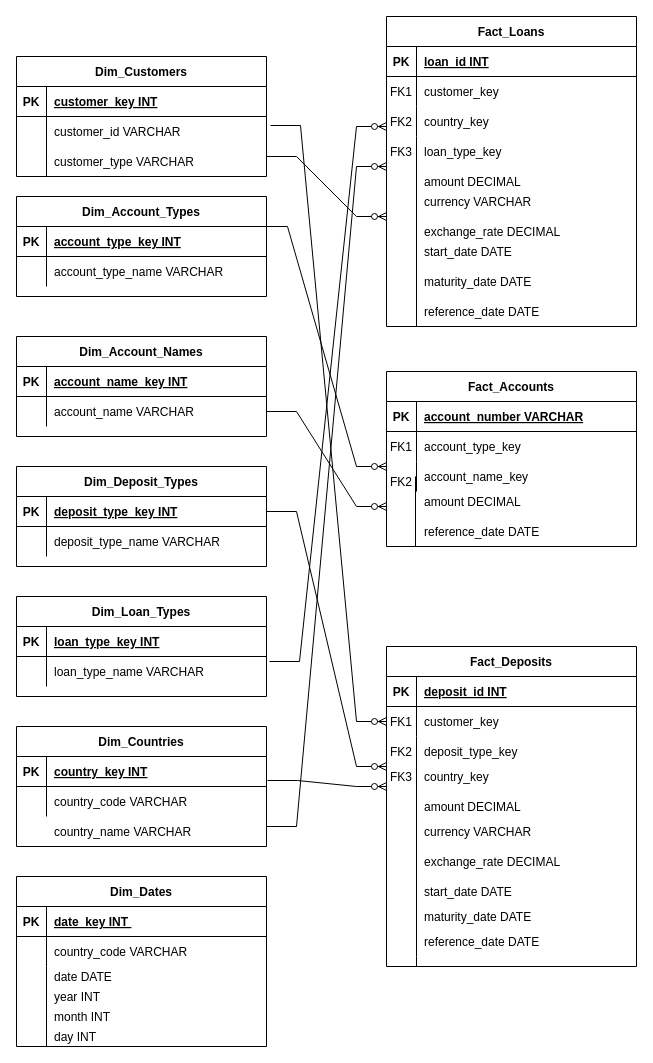
rameez1822534/advi-case keeps this draw.io diagram as caseERD.drawio. Above is the earlier version. Source tidied: cells renumbered, new cells numbered last; positions are measured from the earlier drawing's top-left corner, leaving out a move shared by most shapes. Both pictures are drawn from the tidied source at 100%, with x=0, y=0 at pixel (16, 16).
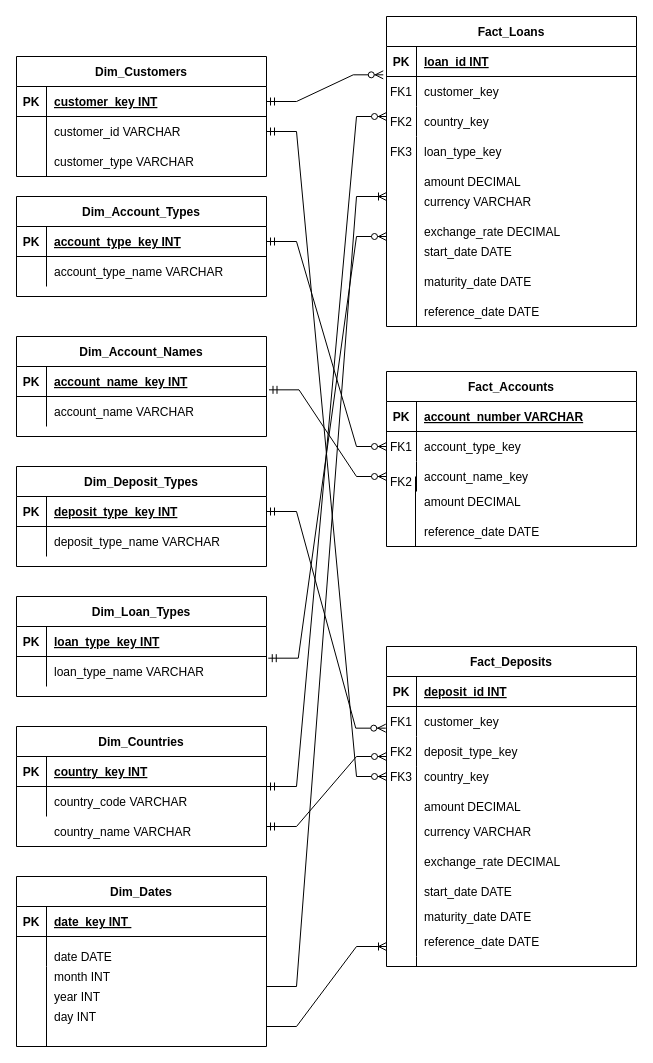
The same diagram, later.

Unchanged cells that the change refers to:
```xml
<mxCell id="6" style="shape=partialRectangle;fillColor=none;points=[[0,0.5],[1,0.5]];portConstraint=eastwest;top=0;left=0;right=0;bottom=0;" parent="2" vertex="1">
  <mxGeometry y="60" width="250" height="30" as="geometry" />
</mxCell>
<mxCell id="16" style="shape=partialRectangle;fillColor=none;points=[[0,0.5],[1,0.5]];portConstraint=eastwest;top=0;left=0;right=0;bottom=0;" parent="12" vertex="1">
  <mxGeometry y="60" width="250" height="30" as="geometry" />
</mxCell>
<mxCell id="20" style="shape=partialRectangle;fillColor=none;points=[[0,0.5],[1,0.5]];portConstraint=eastwest;top=0;left=0;right=0;bottom=1;" parent="19" vertex="1">
  <mxGeometry y="30" width="250" height="30" as="geometry" />
</mxCell>
<mxCell id="27" style="shape=partialRectangle;fillColor=none;points=[[0,0.5],[1,0.5]];portConstraint=eastwest;top=0;left=0;right=0;bottom=1;" parent="26" vertex="1">
  <mxGeometry y="30" width="250" height="30" as="geometry" />
</mxCell>
<mxCell id="30" style="shape=partialRectangle;fillColor=none;points=[[0,0.5],[1,0.5]];portConstraint=eastwest;top=0;left=0;right=0;bottom=0;" parent="26" vertex="1">
  <mxGeometry y="60" width="250" height="30" as="geometry" />
</mxCell>
<mxCell id="35" style="shape=partialRectangle;fillColor=none;points=[[0,0.5],[1,0.5]];portConstraint=eastwest;top=0;left=0;right=0;bottom=1;" parent="34" vertex="1">
  <mxGeometry y="30" width="250" height="30" as="geometry" />
</mxCell>
<mxCell id="42" style="shape=partialRectangle;fillColor=none;points=[[0,0.5],[1,0.5]];portConstraint=eastwest;top=0;left=0;right=0;bottom=1;" parent="41" vertex="1">
  <mxGeometry y="30" width="250" height="30" as="geometry" />
</mxCell>
<mxCell id="45" style="shape=partialRectangle;fillColor=none;points=[[0,0.5],[1,0.5]];portConstraint=eastwest;top=0;left=0;right=0;bottom=0;" parent="41" vertex="1">
  <mxGeometry y="60" width="250" height="30" as="geometry" />
</mxCell>
<mxCell id="49" style="shape=partialRectangle;fillColor=none;points=[[0,0.5],[1,0.5]];portConstraint=eastwest;top=0;left=0;right=0;bottom=1;" parent="48" vertex="1">
  <mxGeometry y="30" width="250" height="30" as="geometry" />
</mxCell>
<mxCell id="52" style="shape=partialRectangle;fillColor=none;points=[[0,0.5],[1,0.5]];portConstraint=eastwest;top=0;left=0;right=0;bottom=0;" parent="48" vertex="1">
  <mxGeometry y="60" width="250" height="30" as="geometry" />
</mxCell>
<mxCell id="65" style="shape=partialRectangle;fillColor=none;points=[[0,0.5],[1,0.5]];portConstraint=eastwest;top=0;left=0;right=0;bottom=0;" parent="61" vertex="1">
  <mxGeometry y="60" width="250" height="30" as="geometry" />
</mxCell>
<mxCell id="85" style="shape=partialRectangle;fillColor=none;points=[[0,0.5],[1,0.5]];portConstraint=eastwest;top=0;left=0;right=0;bottom=0;" parent="81" vertex="1">
  <mxGeometry y="60" width="250" height="30" as="geometry" />
</mxCell>
<mxCell id="113" style="shape=partialRectangle;fillColor=none;top=0;left=0;right=0;bottom=0;" parent="109" vertex="1">
  <mxGeometry y="60" width="250" height="30" as="geometry" />
</mxCell>
```

What changed in the source:
```diff
@@
-    <mxCell id="101" style="edgeStyle=entityRelationEdgeStyle;fontSize=12;html=1;endArrow=ERzeroToMany;endFill=1;rounded=0;exitX=0.964;exitY=0;exitDx=0;exitDy=0;exitPerimeter=0;" parent="1" edge="1" source="20">
-      <mxGeometry relative="1" as="geometry">
-        <mxPoint x="370" y="450" as="targetPoint" />
-      </mxGeometry>
-    </mxCell>
-    <mxCell id="102" style="edgeStyle=entityRelationEdgeStyle;fontSize=12;html=1;endArrow=ERzeroToMany;endFill=1;rounded=0;" parent="1" edge="1">
-      <mxGeometry relative="1" as="geometry">
-        <mxPoint x="250" y="140" as="sourcePoint" />
-        <mxPoint x="370" y="200" as="targetPoint" />
-        <Array as="points">
-          <mxPoint x="310" y="190" />
-        </Array>
-      </mxGeometry>
-    </mxCell>
-    <mxCell id="103" style="edgeStyle=entityRelationEdgeStyle;fontSize=12;html=1;endArrow=ERzeroToMany;endFill=1;rounded=0;" parent="1" edge="1" source="30">
-      <mxGeometry relative="1" as="geometry">
-        <mxPoint x="370" y="490" as="targetPoint" />
-      </mxGeometry>
-    </mxCell>
-    <mxCell id="104" style="edgeStyle=entityRelationEdgeStyle;fontSize=12;html=1;endArrow=ERzeroToMany;endFill=1;rounded=0;exitX=1;exitY=0.5;exitDx=0;exitDy=0;" parent="1" edge="1" source="35">
-      <mxGeometry relative="1" as="geometry">
-        <mxPoint x="370" y="750" as="targetPoint" />
-      </mxGeometry>
-    </mxCell>
-    <mxCell id="105" style="edgeStyle=entityRelationEdgeStyle;fontSize=12;html=1;endArrow=ERzeroToMany;endFill=1;rounded=0;exitX=1.012;exitY=0.167;exitDx=0;exitDy=0;exitPerimeter=0;" parent="1" edge="1" source="16">
-      <mxGeometry relative="1" as="geometry">
-        <mxPoint x="370" y="110" as="targetPoint" />
-      </mxGeometry>
-    </mxCell>
-    <mxCell id="106" style="edgeStyle=entityRelationEdgeStyle;fontSize=12;html=1;endArrow=ERzeroToMany;endFill=1;rounded=0;exitX=1.004;exitY=0.8;exitDx=0;exitDy=0;exitPerimeter=0;" parent="1" edge="1" source="49">
-      <mxGeometry relative="1" as="geometry">
-        <mxPoint x="370" y="770" as="targetPoint" />
-      </mxGeometry>
-    </mxCell>
-    <mxCell id="107" style="edgeStyle=entityRelationEdgeStyle;fontSize=12;html=1;endArrow=ERzeroToMany;endFill=1;rounded=0;entryX=0;entryY=0.5;entryDx=0;entryDy=0;exitX=1.016;exitY=0.3;exitDx=0;exitDy=0;exitPerimeter=0;" parent="1" edge="1" source="45" target="65">
-      <mxGeometry relative="1" as="geometry" />
-    </mxCell>
-    <mxCell id="108" style="edgeStyle=entityRelationEdgeStyle;fontSize=12;html=1;endArrow=ERzeroToMany;endFill=1;rounded=0;" parent="1" edge="1">
-      <mxGeometry relative="1" as="geometry">
-        <mxPoint x="250" y="810" as="sourcePoint" />
-        <mxPoint x="370" y="150" as="targetPoint" />
-      </mxGeometry>
-    </mxCell>
@@
-    <mxCell id="115" value="country_code VARCHAR" style="shape=partialRectangle;overflow=hidden;fillColor=none;top=0;left=0;bottom=0;right=0;align=left;spacingLeft=6;" parent="113" vertex="1">
+    <mxCell id="115" style="shape=partialRectangle;overflow=hidden;fillColor=none;top=0;left=0;bottom=0;right=0;align=left;spacingLeft=6;" parent="113" vertex="1">
       <mxGeometry x="30" width="220" height="30" as="geometry" />
     </mxCell>
     <mxCell id="116" value="date DATE" style="shape=partialRectangle;overflow=hidden;fillColor=none;top=0;left=0;bottom=0;right=0;align=left;spacingLeft=6;" parent="1" vertex="1">
-      <mxGeometry x="30" y="950" width="220" height="20" as="geometry" />
+      <mxGeometry x="30" y="930" width="220" height="20" as="geometry" />
     </mxCell>
@@
     <mxCell id="118" value="month INT" style="shape=partialRectangle;overflow=hidden;fillColor=none;top=0;left=0;bottom=0;right=0;align=left;spacingLeft=6;" parent="1" vertex="1">
-      <mxGeometry x="30" y="990" width="220" height="20" as="geometry" />
+      <mxGeometry x="30" y="950" width="220" height="20" as="geometry" />
     </mxCell>
     <mxCell id="119" value="day INT" style="shape=partialRectangle;overflow=hidden;fillColor=none;top=0;left=0;bottom=0;right=0;align=left;spacingLeft=6;" parent="1" vertex="1">
-      <mxGeometry x="30" y="1010" width="220" height="20" as="geometry" />
+      <mxGeometry x="30" y="990" width="220" height="20" as="geometry" />
     </mxCell>
@@
+    <mxCell id="121" style="edgeStyle=entityRelationEdgeStyle;fontSize=12;html=1;endArrow=ERzeroToMany;startArrow=ERmandOne;rounded=0;entryX=-0.013;entryY=-0.056;entryDx=0;entryDy=0;entryPerimeter=0;exitX=1;exitY=0.5;exitDx=0;exitDy=0;" parent="1" edge="1" source="42" target="85">
+      <mxGeometry relative="1" as="geometry" />
+    </mxCell>
+    <mxCell id="122" style="edgeStyle=entityRelationEdgeStyle;fontSize=12;html=1;endArrow=ERzeroToMany;startArrow=ERmandOne;rounded=0;exitX=1;exitY=0.5;exitDx=0;exitDy=0;" parent="1" edge="1" source="45">
+      <mxGeometry relative="1" as="geometry">
+        <mxPoint x="370" y="760" as="targetPoint" />
+      </mxGeometry>
+    </mxCell>
+    <mxCell id="123" style="edgeStyle=entityRelationEdgeStyle;fontSize=12;html=1;endArrow=ERzeroToMany;startArrow=ERmandOne;rounded=0;entryX=-0.003;entryY=0.722;entryDx=0;entryDy=0;entryPerimeter=0;exitX=1;exitY=0.5;exitDx=0;exitDy=0;" parent="1" edge="1" source="35" target="65">
+      <mxGeometry relative="1" as="geometry" />
+    </mxCell>
+    <mxCell id="124" style="edgeStyle=entityRelationEdgeStyle;fontSize=12;html=1;endArrow=ERzeroToMany;startArrow=ERmandOne;rounded=0;exitX=1.007;exitY=0.056;exitDx=0;exitDy=0;exitPerimeter=0;" parent="1" edge="1" source="16">
+      <mxGeometry relative="1" as="geometry">
+        <mxPoint x="370" y="220" as="targetPoint" />
+      </mxGeometry>
+    </mxCell>
+    <mxCell id="125" style="edgeStyle=entityRelationEdgeStyle;fontSize=12;html=1;endArrow=ERzeroToMany;startArrow=ERmandOne;rounded=0;exitX=1.01;exitY=0.778;exitDx=0;exitDy=0;exitPerimeter=0;" parent="1" edge="1" source="27">
+      <mxGeometry relative="1" as="geometry">
+        <mxPoint x="370" y="460" as="targetPoint" />
+      </mxGeometry>
+    </mxCell>
+    <mxCell id="126" style="edgeStyle=entityRelationEdgeStyle;fontSize=12;html=1;endArrow=ERzeroToMany;startArrow=ERmandOne;rounded=0;entryX=0;entryY=0.5;entryDx=0;entryDy=0;" parent="1" edge="1" source="20" target="6">
+      <mxGeometry relative="1" as="geometry" />
+    </mxCell>
+    <mxCell id="127" style="edgeStyle=entityRelationEdgeStyle;fontSize=12;html=1;endArrow=ERzeroToMany;startArrow=ERmandOne;rounded=0;exitX=1;exitY=0;exitDx=0;exitDy=0;exitPerimeter=0;" parent="1" edge="1" source="52">
+      <mxGeometry relative="1" as="geometry">
+        <mxPoint x="370" y="100" as="targetPoint" />
+      </mxGeometry>
+    </mxCell>
+    <mxCell id="128" style="edgeStyle=entityRelationEdgeStyle;fontSize=12;html=1;endArrow=ERzeroToMany;startArrow=ERmandOne;rounded=0;" parent="1" edge="1">
+      <mxGeometry relative="1" as="geometry">
+        <mxPoint x="250" y="810" as="sourcePoint" />
+        <mxPoint x="370" y="740" as="targetPoint" />
+      </mxGeometry>
+    </mxCell>
+    <mxCell id="129" style="edgeStyle=entityRelationEdgeStyle;fontSize=12;html=1;endArrow=ERoneToMany;rounded=0;" parent="1" edge="1">
+      <mxGeometry relative="1" as="geometry">
+        <mxPoint x="250" y="1010" as="sourcePoint" />
+        <mxPoint x="370" y="930" as="targetPoint" />
+        <Array as="points">
+          <mxPoint x="650" y="990" />
+        </Array>
+      </mxGeometry>
+    </mxCell>
+    <mxCell id="130" style="edgeStyle=entityRelationEdgeStyle;fontSize=12;html=1;endArrow=ERoneToMany;rounded=0;" parent="1" edge="1">
+      <mxGeometry relative="1" as="geometry">
+        <mxPoint x="250" y="970" as="sourcePoint" />
+        <mxPoint x="370" y="180" as="targetPoint" />
+        <Array as="points">
+          <mxPoint x="660" y="1000" />
+        </Array>
+      </mxGeometry>
+    </mxCell>
```
